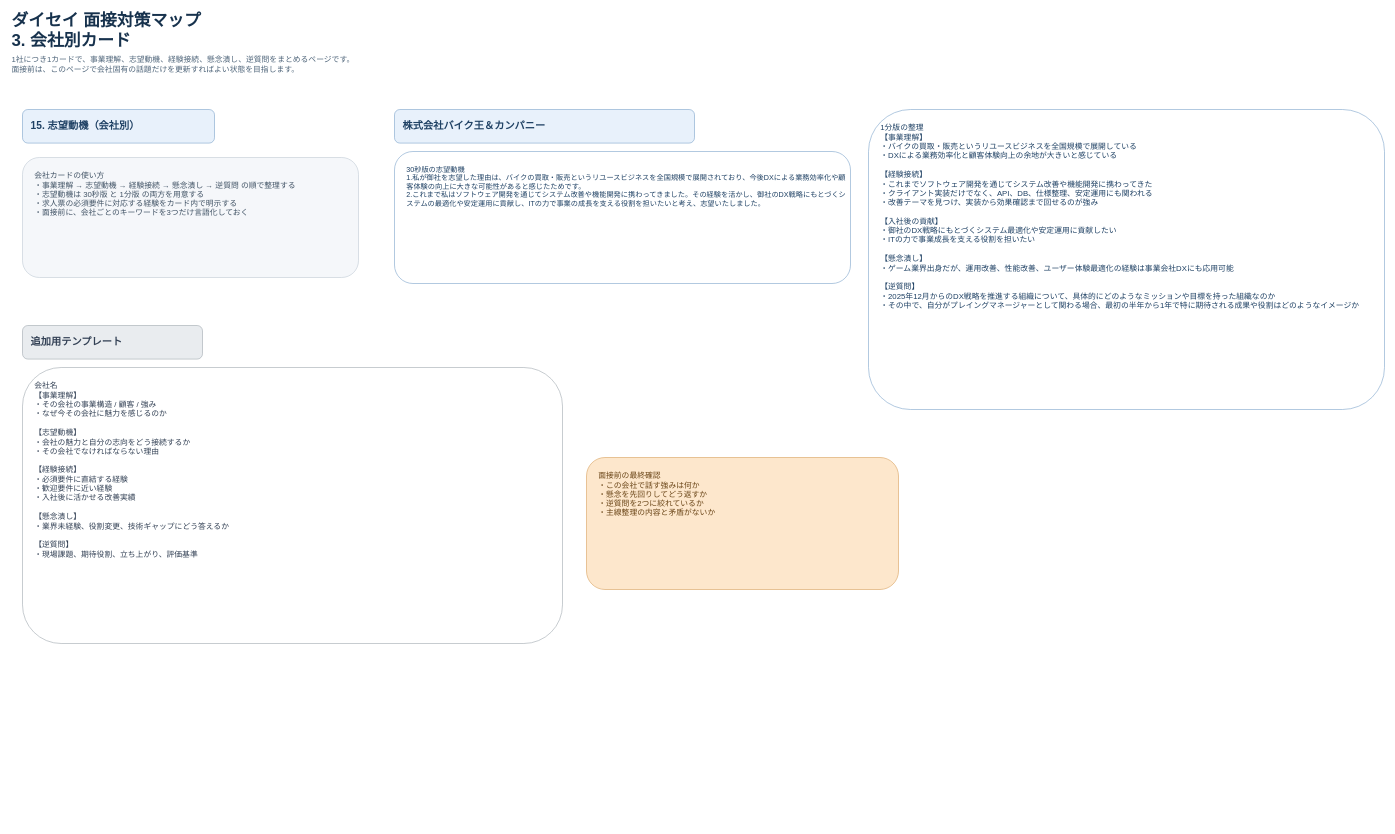
The draw.io diagram page "3. 会社別カード" (3 of 4) of interview-prep-structure.drawio in bodacheng/ForInterview, before the edit. Source tidied: cells renumbered, new cells numbered last; positions are measured from the earlier drawing's top-left corner, leaving out a move shared by most shapes. Both pictures are drawn from the tidied source at 60%, with x=0, y=0 at pixel (10, 13).
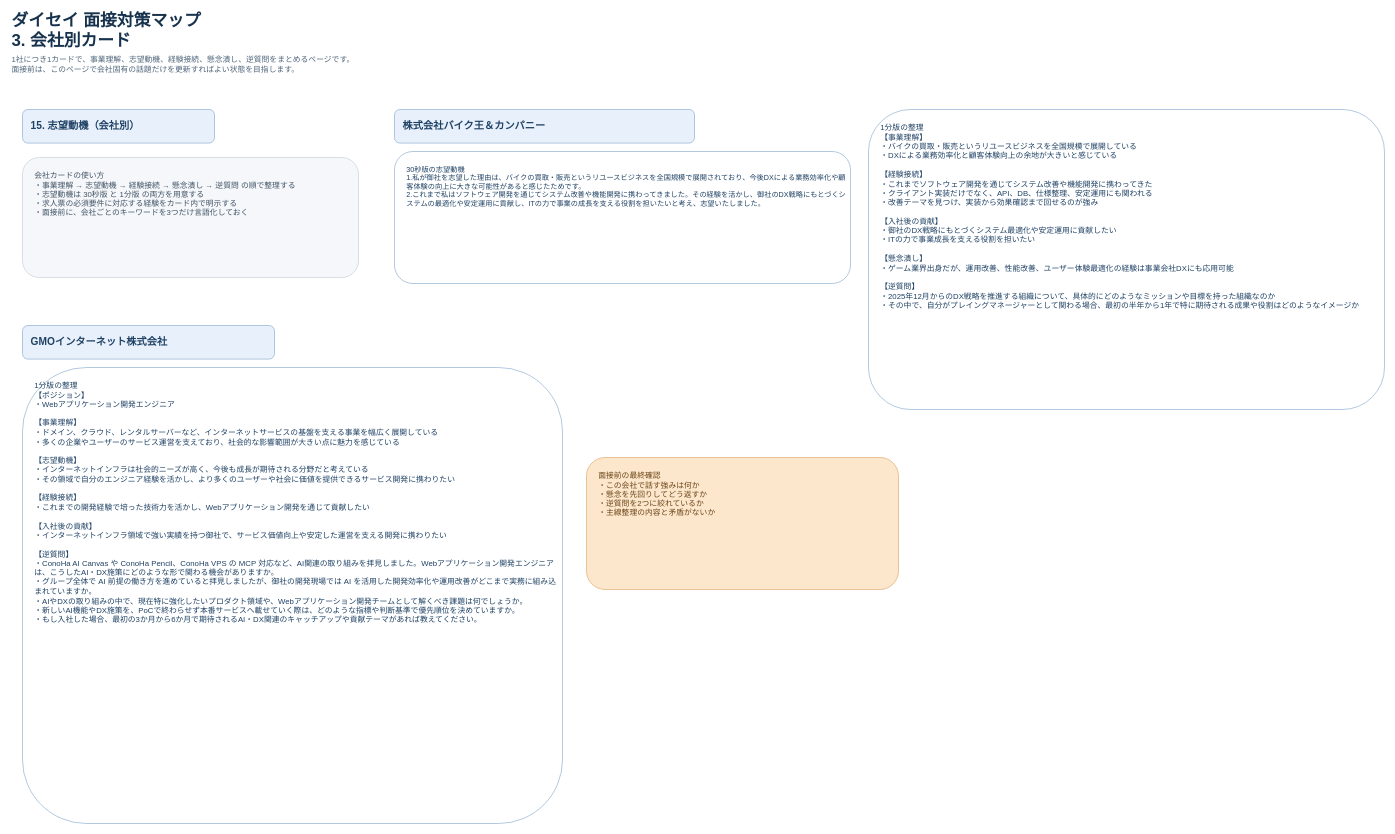
After the change.

Change to the diagram source:
```diff
@@
 <mxGraphModel>
   <root>
     <mxCell id="0" />
     <mxCell id="1" parent="0" />
     <mxCell id="2" value="ダイセイ 面接対策マップ&#10;3. 会社別カード" style="text;html=1;strokeColor=none;fillColor=none;align=left;verticalAlign=middle;whiteSpace=wrap;rounded=0;fontSize=28;fontStyle=1;fontColor=#17324D;" parent="1" vertex="1">
       <mxGeometry width="760" height="56" as="geometry" />
     </mxCell>
     <mxCell id="3" value="1社につき1カードで、事業理解、志望動機、経験接続、懸念潰し、逆質問をまとめるページです。&#10;面接前は、このページで会社固有の話題だけを更新すればよい状態を目指します。" style="text;html=1;strokeColor=none;fillColor=none;align=left;verticalAlign=middle;whiteSpace=wrap;rounded=0;fontSize=13;fontColor=#4F657A;" parent="1" vertex="1">
       <mxGeometry y="60" width="1200" height="50" as="geometry" />
     </mxCell>
     <mxCell id="4" value="15. 志望動機（会社別）" style="rounded=1;whiteSpace=wrap;html=1;align=left;verticalAlign=middle;spacingLeft=12;fillColor=#E8F1FB;strokeColor=#7EA5CC;fontStyle=1;fontSize=17;fontColor=#1F4164;arcSize=16;" parent="1" vertex="1">
       <mxGeometry x="20" y="160" width="320" height="56" as="geometry" />
     </mxCell>
     <mxCell id="5" value="会社カードの使い方&#10;・事業理解 → 志望動機 → 経験接続 → 懸念潰し → 逆質問 の順で整理する&#10;・志望動機は 30秒版 と 1分版 の両方を用意する&#10;・求人票の必須要件に対応する経験をカード内で明示する&#10;・面接前に、会社ごとのキーワードを3つだけ言語化しておく" style="rounded=1;whiteSpace=wrap;html=1;align=left;verticalAlign=top;spacing=8;spacingLeft=12;spacingTop=10;fillColor=#F5F7FA;strokeColor=#C2CBD6;fontSize=13;fontColor=#425466;arcSize=14;" parent="1" vertex="1">
       <mxGeometry x="20" y="240" width="560" height="200" as="geometry" />
     </mxCell>
     <mxCell id="6" value="株式会社バイク王＆カンパニー" style="rounded=1;whiteSpace=wrap;html=1;align=left;verticalAlign=middle;spacingLeft=12;fillColor=#E8F1FB;strokeColor=#7EA5CC;fontStyle=1;fontSize=17;fontColor=#1F4164;arcSize=16;" parent="1" vertex="1">
       <mxGeometry x="640" y="160" width="500" height="56" as="geometry" />
     </mxCell>
     <mxCell id="7" value="30秒版の志望動機&lt;br&gt;1.私が御社を志望した理由は、バイクの買取・販売というリユースビジネスを全国規模で展開されており、今後DXによる業務効率化や顧客体験の向上に大きな可能性があると感じたためです。&lt;div&gt;2.これまで私はソフトウェア開発を通じてシステム改善や機能開発に携わってきました。その経験を活かし、御社のDX戦略にもとづくシステムの最適化や安定運用に貢献し、ITの力で事業の成長を支える役割を担いたいと考え、志望いたしました。&lt;/div&gt;" style="rounded=1;whiteSpace=wrap;html=1;align=left;verticalAlign=top;spacing=8;spacingLeft=12;spacingTop=10;fillColor=#FFFFFF;strokeColor=#7EA5CC;fontSize=12;fontColor=#1F4164;arcSize=14;" parent="1" vertex="1">
       <mxGeometry x="640" y="230" width="760" height="220" as="geometry" />
     </mxCell>
     <mxCell id="8" value="1分版の整理&#10;【事業理解】&#10;・バイクの買取・販売というリユースビジネスを全国規模で展開している&#10;・DXによる業務効率化と顧客体験向上の余地が大きいと感じている&#10;&#10;【経験接続】&#10;・これまでソフトウェア開発を通じてシステム改善や機能開発に携わってきた&#10;・クライアント実装だけでなく、API、DB、仕様整理、安定運用にも関われる&#10;・改善テーマを見つけ、実装から効果確認まで回せるのが強み&#10;&#10;【入社後の貢献】&#10;・御社のDX戦略にもとづくシステム最適化や安定運用に貢献したい&#10;・ITの力で事業成長を支える役割を担いたい&#10;&#10;【懸念潰し】&#10;・ゲーム業界出身だが、運用改善、性能改善、ユーザー体験最適化の経験は事業会社DXにも応用可能&#10;&#10;【逆質問】&#10;・2025年12月からのDX戦略を推進する組織について、具体的にどのようなミッションや目標を持った組織なのか&#10;・その中で、自分がプレイングマネージャーとして関わる場合、最初の半年から1年で特に期待される成果や役割はどのようなイメージか" style="rounded=1;whiteSpace=wrap;html=1;align=left;verticalAlign=top;spacing=8;spacingLeft=12;spacingTop=10;fillColor=#FFFFFF;strokeColor=#7EA5CC;fontSize=13;fontColor=#1F4164;arcSize=14;" parent="1" vertex="1">
       <mxGeometry x="1430" y="160" width="860" height="500" as="geometry" />
     </mxCell>
-    <mxCell id="9" value="追加用テンプレート" style="rounded=1;whiteSpace=wrap;html=1;align=left;verticalAlign=middle;spacingLeft=12;fillColor=#E9ECEF;strokeColor=#A2A9B0;fontStyle=1;fontSize=17;fontColor=#334155;arcSize=16;" parent="1" vertex="1">
-      <mxGeometry x="20" y="520" width="300" height="56" as="geometry" />
+    <mxCell id="9" value="GMOインターネット株式会社" style="rounded=1;whiteSpace=wrap;html=1;align=left;verticalAlign=middle;spacingLeft=12;fillColor=#E8F1FB;strokeColor=#7EA5CC;fontStyle=1;fontSize=17;fontColor=#1F4164;arcSize=16;" parent="1" vertex="1">
+      <mxGeometry x="20" y="520" width="420" height="56" as="geometry" />
     </mxCell>
-    <mxCell id="10" value="会社名&#10;【事業理解】&#10;・その会社の事業構造 / 顧客 / 強み&#10;・なぜ今その会社に魅力を感じるのか&#10;&#10;【志望動機】&#10;・会社の魅力と自分の志向をどう接続するか&#10;・その会社でなければならない理由&#10;&#10;【経験接続】&#10;・必須要件に直結する経験&#10;・歓迎要件に近い経験&#10;・入社後に活かせる改善実績&#10;&#10;【懸念潰し】&#10;・業界未経験、役割変更、技術ギャップにどう答えるか&#10;&#10;【逆質問】&#10;・現場課題、期待役割、立ち上がり、評価基準" style="rounded=1;whiteSpace=wrap;html=1;align=left;verticalAlign=top;spacing=8;spacingLeft=12;spacingTop=10;fillColor=#FFFFFF;strokeColor=#A2A9B0;fontSize=13;fontColor=#334155;arcSize=14;" parent="1" vertex="1">
-      <mxGeometry x="20" y="590" width="900" height="460" as="geometry" />
+    <mxCell id="10" value="1分版の整理&#10;【ポジション】&#10;・Webアプリケーション開発エンジニア&#10;&#10;【事業理解】&#10;・ドメイン、クラウド、レンタルサーバーなど、インターネットサービスの基盤を支える事業を幅広く展開している&#10;・多くの企業やユーザーのサービス運営を支えており、社会的な影響範囲が大きい点に魅力を感じている&#10;&#10;【志望動機】&#10;・インターネットインフラは社会的ニーズが高く、今後も成長が期待される分野だと考えている&#10;・その領域で自分のエンジニア経験を活かし、より多くのユーザーや社会に価値を提供できるサービス開発に携わりたい&#10;&#10;【経験接続】&#10;・これまでの開発経験で培った技術力を活かし、Webアプリケーション開発を通じて貢献したい&#10;&#10;【入社後の貢献】&#10;・インターネットインフラ領域で強い実績を持つ御社で、サービス価値向上や安定した運営を支える開発に携わりたい&#10;&#10;【逆質問】&#10;・ConoHa AI Canvas や ConoHa Pencil、ConoHa VPS の MCP 対応など、AI関連の取り組みを拝見しました。Webアプリケーション開発エンジニアは、こうしたAI・DX施策にどのような形で関わる機会がありますか。&#10;・グループ全体で AI 前提の働き方を進めていると拝見しましたが、御社の開発現場では AI を活用した開発効率化や運用改善がどこまで実務に組み込まれていますか。&#10;・AIやDXの取り組みの中で、現在特に強化したいプロダクト領域や、Webアプリケーション開発チームとして解くべき課題は何でしょうか。&#10;・新しいAI機能やDX施策を、PoCで終わらせず本番サービスへ載せていく際は、どのような指標や判断基準で優先順位を決めていますか。&#10;・もし入社した場合、最初の3か月から6か月で期待されるAI・DX関連のキャッチアップや貢献テーマがあれば教えてください。" style="rounded=1;whiteSpace=wrap;html=1;align=left;verticalAlign=top;spacing=8;spacingLeft=12;spacingTop=10;fillColor=#FFFFFF;strokeColor=#7EA5CC;fontSize=13;fontColor=#1F4164;arcSize=14;" parent="1" vertex="1">
+      <mxGeometry x="20" y="590" width="900" height="760" as="geometry" />
     </mxCell>
     <mxCell id="11" value="面接前の最終確認&#10;・この会社で話す強みは何か&#10;・懸念を先回りしてどう返すか&#10;・逆質問を2つに絞れているか&#10;・主線整理の内容と矛盾がないか" style="rounded=1;whiteSpace=wrap;html=1;align=left;verticalAlign=top;spacing=8;spacingLeft=12;spacingTop=10;fillColor=#FDE7CC;strokeColor=#D9A25F;fontSize=13;fontColor=#6A4517;arcSize=14;" parent="1" vertex="1">
       <mxGeometry x="960" y="740" width="520" height="220" as="geometry" />
     </mxCell>
   </root>
 </mxGraphModel>
```
